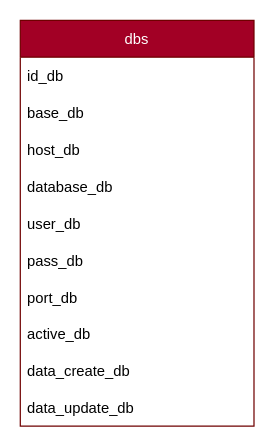
This is page "databases" (5 of 5) of data/tablas.drawio from David-Coach-Dev/Api-Deliveries, a draw.io file, before an edit. Source tidied: cells renumbered, new cells numbered last; positions are measured from the earlier drawing's top-left corner, leaving out a move shared by most shapes. Both pictures are drawn from the tidied source at 123%, with x=0, y=0 at pixel (20, 20).
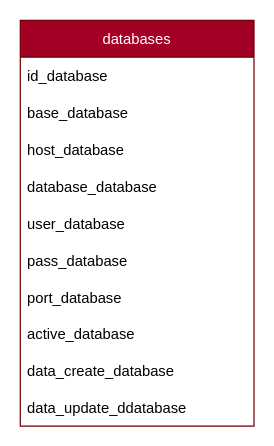
The same page after the edit.

Commit message:
cam,bios en diagrama y DB

The edit, as a diff of the source:
```diff
@@
 <mxGraphModel>
   <root>
     <mxCell id="0" />
     <mxCell id="1" parent="0" />
-    <mxCell id="2" value="dbs" style="swimlane;fontStyle=0;horizontal=1;startSize=30;fillColor=#a20025;fontColor=#ffffff;strokeColor=#6F0000;" parent="1" vertex="1">
+    <mxCell id="2" value="databases" style="swimlane;fontStyle=0;horizontal=1;startSize=30;fillColor=#a20025;fontColor=#ffffff;strokeColor=#6F0000;" parent="1" vertex="1">
       <mxGeometry width="190" height="330" as="geometry" />
     </mxCell>
-    <mxCell id="3" value="id_db" style="text;strokeColor=none;fillColor=none;align=left;verticalAlign=middle;spacingLeft=4;spacingRight=4;overflow=hidden;" parent="2" vertex="1">
+    <mxCell id="3" value="id_database" style="text;strokeColor=none;fillColor=none;align=left;verticalAlign=middle;spacingLeft=4;spacingRight=4;overflow=hidden;" parent="2" vertex="1">
       <mxGeometry y="30" width="190" height="30" as="geometry" />
     </mxCell>
-    <mxCell id="4" value="base_db" style="text;strokeColor=none;fillColor=none;align=left;verticalAlign=middle;spacingLeft=4;spacingRight=4;overflow=hidden;" parent="2" vertex="1">
+    <mxCell id="4" value="base_database" style="text;strokeColor=none;fillColor=none;align=left;verticalAlign=middle;spacingLeft=4;spacingRight=4;overflow=hidden;" parent="2" vertex="1">
       <mxGeometry y="60" width="190" height="30" as="geometry" />
     </mxCell>
-    <mxCell id="5" value="host_db" style="text;strokeColor=none;fillColor=none;align=left;verticalAlign=middle;spacingLeft=4;spacingRight=4;overflow=hidden;" parent="2" vertex="1">
+    <mxCell id="5" value="host_database" style="text;strokeColor=none;fillColor=none;align=left;verticalAlign=middle;spacingLeft=4;spacingRight=4;overflow=hidden;" parent="2" vertex="1">
       <mxGeometry y="90" width="190" height="30" as="geometry" />
     </mxCell>
-    <mxCell id="6" value="database_db" style="text;strokeColor=none;fillColor=none;align=left;verticalAlign=middle;spacingLeft=4;spacingRight=4;overflow=hidden;" parent="2" vertex="1">
+    <mxCell id="6" value="database_database" style="text;strokeColor=none;fillColor=none;align=left;verticalAlign=middle;spacingLeft=4;spacingRight=4;overflow=hidden;" parent="2" vertex="1">
       <mxGeometry y="120" width="190" height="30" as="geometry" />
     </mxCell>
-    <mxCell id="7" value="user_db" style="text;strokeColor=none;fillColor=none;align=left;verticalAlign=middle;spacingLeft=4;spacingRight=4;overflow=hidden;" parent="2" vertex="1">
+    <mxCell id="7" value="user_database" style="text;strokeColor=none;fillColor=none;align=left;verticalAlign=middle;spacingLeft=4;spacingRight=4;overflow=hidden;" parent="2" vertex="1">
       <mxGeometry y="150" width="190" height="30" as="geometry" />
     </mxCell>
-    <mxCell id="8" value="pass_db" style="text;strokeColor=none;fillColor=none;align=left;verticalAlign=middle;spacingLeft=4;spacingRight=4;overflow=hidden;" parent="2" vertex="1">
+    <mxCell id="8" value="pass_database" style="text;strokeColor=none;fillColor=none;align=left;verticalAlign=middle;spacingLeft=4;spacingRight=4;overflow=hidden;" parent="2" vertex="1">
       <mxGeometry y="180" width="190" height="30" as="geometry" />
     </mxCell>
-    <mxCell id="9" value="port_db" style="text;strokeColor=none;fillColor=none;align=left;verticalAlign=middle;spacingLeft=4;spacingRight=4;overflow=hidden;" parent="2" vertex="1">
+    <mxCell id="9" value="port_database" style="text;strokeColor=none;fillColor=none;align=left;verticalAlign=middle;spacingLeft=4;spacingRight=4;overflow=hidden;" parent="2" vertex="1">
       <mxGeometry y="210" width="190" height="30" as="geometry" />
     </mxCell>
-    <mxCell id="10" value="active_db" style="text;strokeColor=none;fillColor=none;align=left;verticalAlign=middle;spacingLeft=4;spacingRight=4;overflow=hidden;" parent="2" vertex="1">
+    <mxCell id="10" value="active_database" style="text;strokeColor=none;fillColor=none;align=left;verticalAlign=middle;spacingLeft=4;spacingRight=4;overflow=hidden;" parent="2" vertex="1">
       <mxGeometry y="240" width="190" height="30" as="geometry" />
     </mxCell>
-    <mxCell id="11" value="data_create_db" style="text;strokeColor=none;fillColor=none;align=left;verticalAlign=middle;spacingLeft=4;spacingRight=4;overflow=hidden;" parent="2" vertex="1">
+    <mxCell id="11" value="data_create_database" style="text;strokeColor=none;fillColor=none;align=left;verticalAlign=middle;spacingLeft=4;spacingRight=4;overflow=hidden;" parent="2" vertex="1">
       <mxGeometry y="270" width="190" height="30" as="geometry" />
     </mxCell>
-    <mxCell id="12" value="data_update_db" style="text;strokeColor=none;fillColor=none;align=left;verticalAlign=middle;spacingLeft=4;spacingRight=4;overflow=hidden;" parent="2" vertex="1">
+    <mxCell id="12" value="data_update_ddatabase" style="text;strokeColor=none;fillColor=none;align=left;verticalAlign=middle;spacingLeft=4;spacingRight=4;overflow=hidden;" parent="2" vertex="1">
       <mxGeometry y="300" width="190" height="30" as="geometry" />
     </mxCell>
   </root>
 </mxGraphModel>
```
